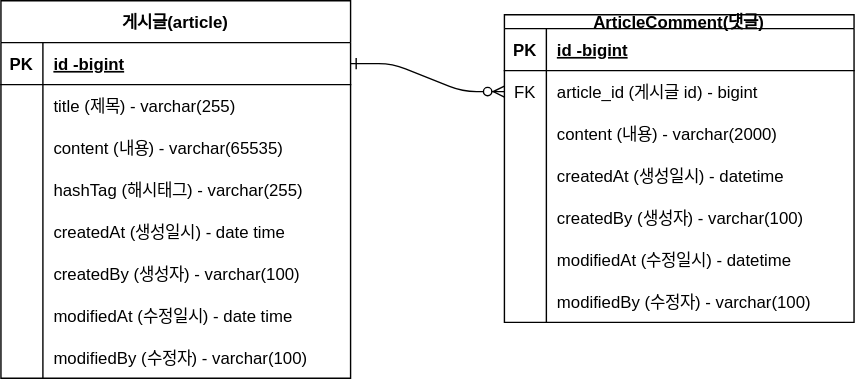
Before: document/project-board-erd.svg, a diagram exported from draw.io (registaPark/fastcampus-project-board). Source tidied: cells renumbered, new cells last; positions are measured from the earlier drawing's top-left corner, leaving out a move shared by most shapes.
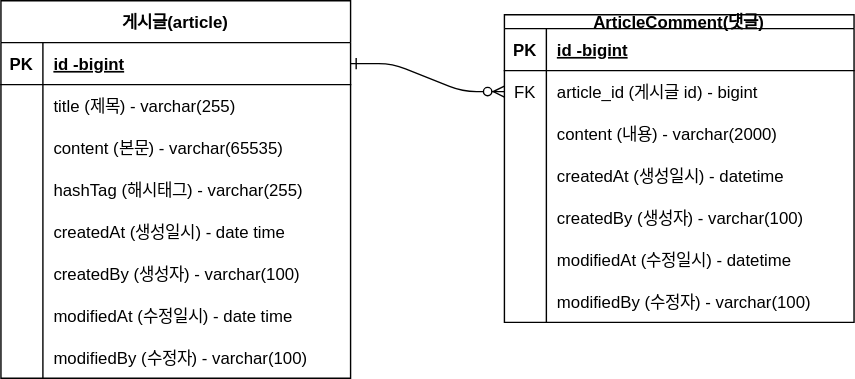
Later version of the same file.

Commit message:
#8 - ERD 주석 업데이트

The edit, as a diff of the source:
```diff
@@ -98,7 +98,7 @@
     <mxCell id="33" style="shape=partialRectangle;overflow=hidden;fillColor=none;top=0;left=0;bottom=0;right=0;" parent="32" vertex="1">
       <mxGeometry width="30" height="30" as="geometry" />
     </mxCell>
-    <mxCell id="34" value="content (내용) - varchar(65535)" style="shape=partialRectangle;overflow=hidden;fillColor=none;top=0;left=0;bottom=0;right=0;align=left;spacingLeft=6;" parent="32" vertex="1">
+    <mxCell id="34" value="content (본문) - varchar(65535)" style="shape=partialRectangle;overflow=hidden;fillColor=none;top=0;left=0;bottom=0;right=0;align=left;spacingLeft=6;" parent="32" vertex="1">
       <mxGeometry x="30" width="220" height="30" as="geometry" />
     </mxCell>
     <mxCell id="35" style="shape=partialRectangle;fillColor=none;top=0;left=0;right=0;bottom=0;" parent="25" vertex="1">
```
